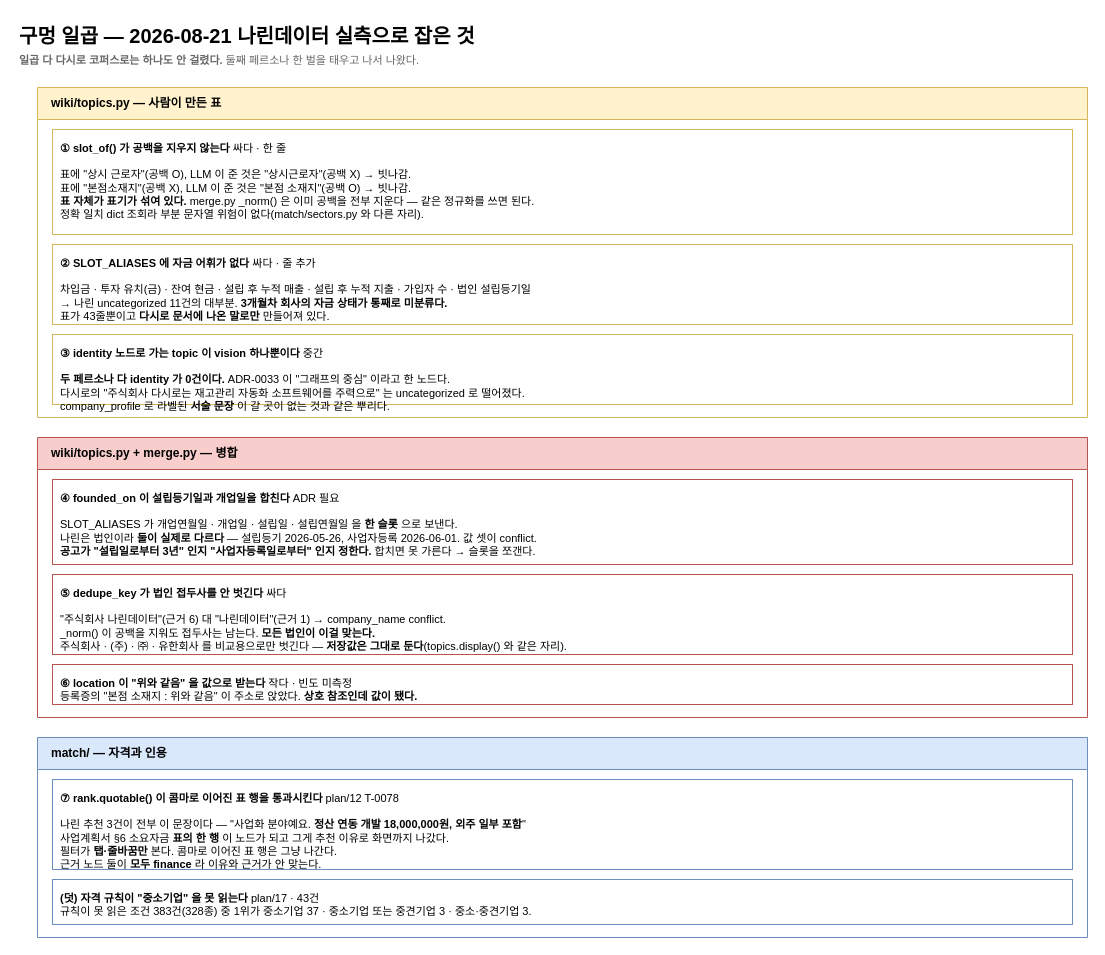
This is page "4. 구멍 일곱 — 어디를 고치면 되나" (4 of 4) of docs/adr/evidence/2026-08-21-위키-추출-경로.drawio from YASICJUNWOO/finnect-new, a draw.io file, before an edit. Source tidied: cells renumbered, new cells numbered last; positions are measured from the earlier drawing's top-left corner, leaving out a move shared by most shapes. Both pictures are drawn from the tidied source at 100%, with x=0, y=0 at pixel (17, 17).
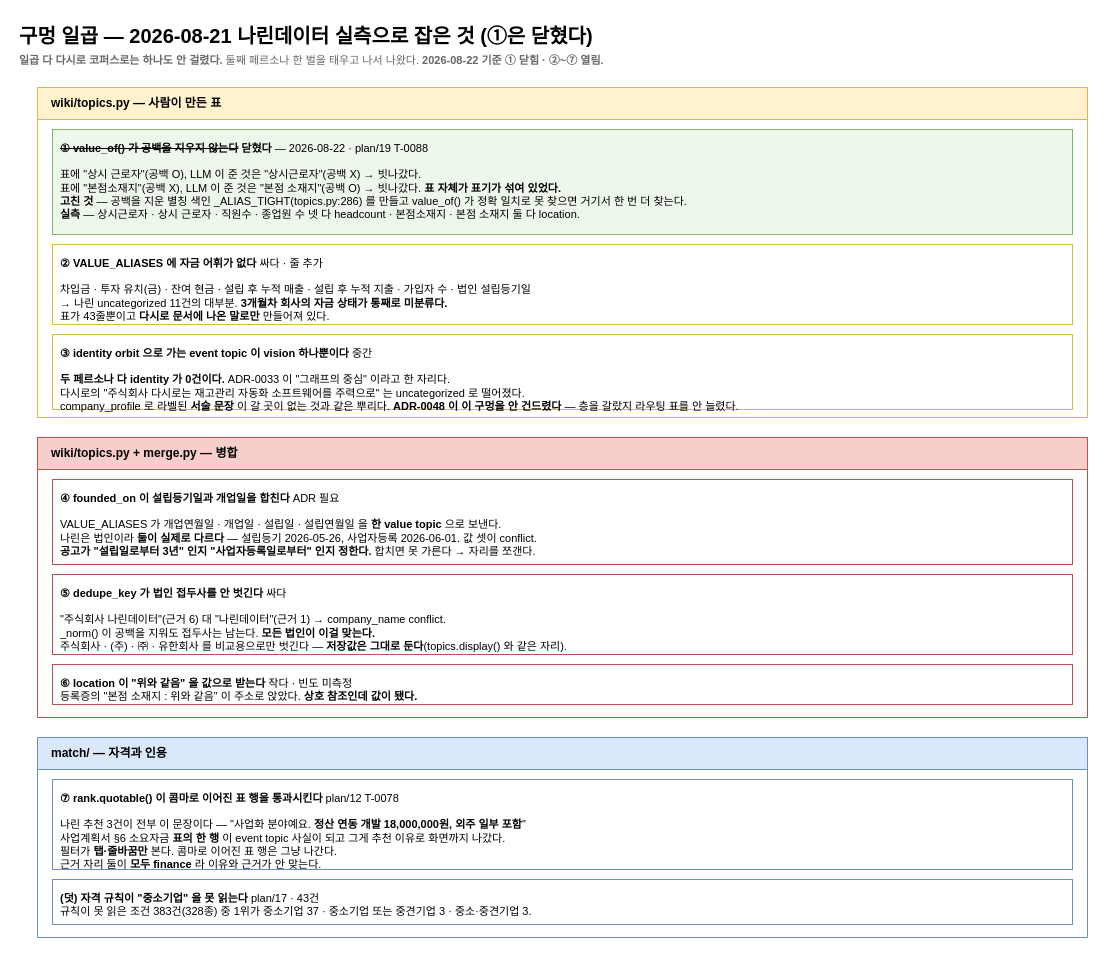
Above is the later version.

Diff of the diagram source:
```diff
@@
 <mxGraphModel>
   <root>
     <mxCell id="0" />
     <mxCell id="1" parent="0" />
-    <mxCell id="2" value="구멍 일곱 — 2026-08-21 나린데이터 실측으로 잡은 것" style="text;html=1;fontSize=20;fontStyle=1;align=left;" parent="1" vertex="1">
-      <mxGeometry width="800" height="30" as="geometry" />
+    <mxCell id="2" value="구멍 일곱 — 2026-08-21 나린데이터 실측으로 잡은 것 (①은 닫혔다)" style="text;html=1;fontSize=20;fontStyle=1;align=left;" parent="1" vertex="1">
+      <mxGeometry width="900" height="30" as="geometry" />
     </mxCell>
-    <mxCell id="3" value="&lt;b&gt;일곱 다 다시로 코퍼스로는 하나도 안 걸렸다.&lt;/b&gt; 둘째 페르소나 한 벌을 태우고 나서 나왔다." style="text;html=1;fontSize=11;align=left;fontColor=#666666;" parent="1" vertex="1">
-      <mxGeometry y="30" width="900" height="20" as="geometry" />
+    <mxCell id="3" value="&lt;b&gt;일곱 다 다시로 코퍼스로는 하나도 안 걸렸다.&lt;/b&gt; 둘째 페르소나 한 벌을 태우고 나서 나왔다. &lt;b&gt;2026-08-22 기준 ① 닫힘 · ②~⑦ 열림.&lt;/b&gt;" style="text;html=1;fontSize=11;align=left;fontColor=#666666;" parent="1" vertex="1">
+      <mxGeometry y="30" width="1000" height="20" as="geometry" />
     </mxCell>
     <mxCell id="4" value="wiki/topics.py — 사람이 만든 표" style="swimlane;startSize=32;html=1;fillColor=#fff2cc;strokeColor=#d6b656;fontStyle=1;verticalAlign=middle;align=left;spacingLeft=12;" parent="1" vertex="1">
       <mxGeometry x="20" y="70" width="1050" height="330" as="geometry" />
     </mxCell>
-    <mxCell id="5" value="&lt;b&gt;① slot_of() 가 공백을 지우지 않는다&lt;/b&gt;      싸다 · 한 줄&#10;&#10;표에 &quot;상시 근로자&quot;(공백 O), LLM 이 준 것은 &quot;상시근로자&quot;(공백 X) → 빗나감.&#10;표에 &quot;본점소재지&quot;(공백 X), LLM 이 준 것은 &quot;본점 소재지&quot;(공백 O) → 빗나감.&#10;&lt;b&gt;표 자체가 표기가 섞여 있다.&lt;/b&gt; merge.py _norm() 은 이미 공백을 전부 지운다 — 같은 정규화를 쓰면 된다.&#10;정확 일치 dict 조회라 부분 문자열 위험이 없다(match/sectors.py 와 다른 자리)." style="rounded=0;whiteSpace=wrap;html=1;fillColor=#ffffff;strokeColor=#d6b656;align=left;verticalAlign=top;fontSize=11;spacing=8;" parent="4" vertex="1">
+    <mxCell id="5" value="&lt;s&gt;&lt;b&gt;① value_of() 가 공백을 지우지 않는다&lt;/b&gt;&lt;/s&gt;      &lt;b&gt;닫혔다&lt;/b&gt; — 2026-08-22 · plan/19 T-0088&#10;&#10;표에 &quot;상시 근로자&quot;(공백 O), LLM 이 준 것은 &quot;상시근로자&quot;(공백 X) → 빗나갔다.&#10;표에 &quot;본점소재지&quot;(공백 X), LLM 이 준 것은 &quot;본점 소재지&quot;(공백 O) → 빗나갔다. &lt;b&gt;표 자체가 표기가 섞여 있었다.&lt;/b&gt;&#10;&lt;b&gt;고친 것&lt;/b&gt; — 공백을 지운 별칭 색인 _ALIAS_TIGHT(topics.py:286) 를 만들고 value_of() 가 정확 일치로 못 찾으면 거기서 한 번 더 찾는다.&#10;&lt;b&gt;실측&lt;/b&gt; — 상시근로자 · 상시 근로자 · 직원수 · 종업원 수 넷 다 headcount · 본점소재지 · 본점 소재지 둘 다 location." style="rounded=0;whiteSpace=wrap;html=1;fillColor=#eef7ec;strokeColor=#82b366;align=left;verticalAlign=top;fontSize=11;spacing=8;" parent="4" vertex="1">
       <mxGeometry x="15" y="42" width="1020" height="105" as="geometry" />
     </mxCell>
-    <mxCell id="6" value="&lt;b&gt;② SLOT_ALIASES 에 자금 어휘가 없다&lt;/b&gt;      싸다 · 줄 추가&#10;&#10;차입금 · 투자 유치(금) · 잔여 현금 · 설립 후 누적 매출 · 설립 후 누적 지출 · 가입자 수 · 법인 설립등기일&#10;→ 나린 uncategorized 11건의 대부분. &lt;b&gt;3개월차 회사의 자금 상태가 통째로 미분류다.&lt;/b&gt;&#10;표가 43줄뿐이고 &lt;b&gt;다시로 문서에 나온 말로만&lt;/b&gt; 만들어져 있다." style="rounded=0;whiteSpace=wrap;html=1;fillColor=#ffffff;strokeColor=#d6b656;align=left;verticalAlign=top;fontSize=11;spacing=8;" parent="4" vertex="1">
+    <mxCell id="6" value="&lt;b&gt;② VALUE_ALIASES 에 자금 어휘가 없다&lt;/b&gt;      싸다 · 줄 추가&#10;&#10;차입금 · 투자 유치(금) · 잔여 현금 · 설립 후 누적 매출 · 설립 후 누적 지출 · 가입자 수 · 법인 설립등기일&#10;→ 나린 uncategorized 11건의 대부분. &lt;b&gt;3개월차 회사의 자금 상태가 통째로 미분류다.&lt;/b&gt;&#10;표가 43줄뿐이고 &lt;b&gt;다시로 문서에 나온 말로만&lt;/b&gt; 만들어져 있다." style="rounded=0;whiteSpace=wrap;html=1;fillColor=#ffffff;strokeColor=#d6b656;align=left;verticalAlign=top;fontSize=11;spacing=8;" parent="4" vertex="1">
       <mxGeometry x="15" y="157" width="1020" height="80" as="geometry" />
     </mxCell>
-    <mxCell id="7" value="&lt;b&gt;③ identity 노드로 가는 topic 이 vision 하나뿐이다&lt;/b&gt;      중간&#10;&#10;&lt;b&gt;두 페르소나 다 identity 가 0건이다.&lt;/b&gt; ADR-0033 이 &quot;그래프의 중심&quot; 이라고 한 노드다.&#10;다시로의 &quot;주식회사 다시로는 재고관리 자동화 소프트웨어를 주력으로&quot; 는 uncategorized 로 떨어졌다.&#10;company_profile 로 라벨된 &lt;b&gt;서술 문장&lt;/b&gt; 이 갈 곳이 없는 것과 같은 뿌리다." style="rounded=0;whiteSpace=wrap;html=1;fillColor=#ffffff;strokeColor=#d6b656;align=left;verticalAlign=top;fontSize=11;spacing=8;" parent="4" vertex="1">
-      <mxGeometry x="15" y="247" width="1020" height="70" as="geometry" />
+    <mxCell id="7" value="&lt;b&gt;③ identity orbit 으로 가는 event topic 이 vision 하나뿐이다&lt;/b&gt;      중간&#10;&#10;&lt;b&gt;두 페르소나 다 identity 가 0건이다.&lt;/b&gt; ADR-0033 이 &quot;그래프의 중심&quot; 이라고 한 자리다.&#10;다시로의 &quot;주식회사 다시로는 재고관리 자동화 소프트웨어를 주력으로&quot; 는 uncategorized 로 떨어졌다.&#10;company_profile 로 라벨된 &lt;b&gt;서술 문장&lt;/b&gt; 이 갈 곳이 없는 것과 같은 뿌리다. &lt;b&gt;ADR-0048 이 이 구멍을 안 건드렸다&lt;/b&gt; — 층을 갈랐지 라우팅 표를 안 늘렸다." style="rounded=0;whiteSpace=wrap;html=1;fillColor=#ffffff;strokeColor=#d6b656;align=left;verticalAlign=top;fontSize=11;spacing=8;" parent="4" vertex="1">
+      <mxGeometry x="15" y="247" width="1020" height="75" as="geometry" />
     </mxCell>
     <mxCell id="8" value="wiki/topics.py + merge.py — 병합" style="swimlane;startSize=32;html=1;fillColor=#f8cecc;strokeColor=#b85450;fontStyle=1;verticalAlign=middle;align=left;spacingLeft=12;" parent="1" vertex="1">
       <mxGeometry x="20" y="420" width="1050" height="280" as="geometry" />
     </mxCell>
-    <mxCell id="9" value="&lt;b&gt;④ founded_on 이 설립등기일과 개업일을 합친다&lt;/b&gt;      ADR 필요&#10;&#10;SLOT_ALIASES 가 개업연월일 · 개업일 · 설립일 · 설립연월일 을 &lt;b&gt;한 슬롯&lt;/b&gt; 으로 보낸다.&#10;나린은 법인이라 &lt;b&gt;둘이 실제로 다르다&lt;/b&gt; — 설립등기 2026-05-26, 사업자등록 2026-06-01. 값 셋이 conflict.&#10;&lt;b&gt;공고가 &quot;설립일로부터 3년&quot; 인지 &quot;사업자등록일로부터&quot; 인지 정한다.&lt;/b&gt; 합치면 못 가른다 → 슬롯을 쪼갠다." style="rounded=0;whiteSpace=wrap;html=1;fillColor=#ffffff;strokeColor=#b85450;align=left;verticalAlign=top;fontSize=11;spacing=8;" parent="8" vertex="1">
+    <mxCell id="9" value="&lt;b&gt;④ founded_on 이 설립등기일과 개업일을 합친다&lt;/b&gt;      ADR 필요&#10;&#10;VALUE_ALIASES 가 개업연월일 · 개업일 · 설립일 · 설립연월일 을 &lt;b&gt;한 value topic&lt;/b&gt; 으로 보낸다.&#10;나린은 법인이라 &lt;b&gt;둘이 실제로 다르다&lt;/b&gt; — 설립등기 2026-05-26, 사업자등록 2026-06-01. 값 셋이 conflict.&#10;&lt;b&gt;공고가 &quot;설립일로부터 3년&quot; 인지 &quot;사업자등록일로부터&quot; 인지 정한다.&lt;/b&gt; 합치면 못 가른다 → 자리를 쪼갠다." style="rounded=0;whiteSpace=wrap;html=1;fillColor=#ffffff;strokeColor=#b85450;align=left;verticalAlign=top;fontSize=11;spacing=8;" parent="8" vertex="1">
       <mxGeometry x="15" y="42" width="1020" height="85" as="geometry" />
     </mxCell>
     <mxCell id="10" value="&lt;b&gt;⑤ dedupe_key 가 법인 접두사를 안 벗긴다&lt;/b&gt;      싸다&#10;&#10;&quot;주식회사 나린데이터&quot;(근거 6) 대 &quot;나린데이터&quot;(근거 1) → company_name conflict.&#10;_norm() 이 공백을 지워도 접두사는 남는다. &lt;b&gt;모든 법인이 이걸 맞는다.&lt;/b&gt;&#10;주식회사 · (주) · ㈜ · 유한회사 를 비교용으로만 벗긴다 — &lt;b&gt;저장값은 그대로 둔다&lt;/b&gt;(topics.display() 와 같은 자리)." style="rounded=0;whiteSpace=wrap;html=1;fillColor=#ffffff;strokeColor=#b85450;align=left;verticalAlign=top;fontSize=11;spacing=8;" parent="8" vertex="1">
       <mxGeometry x="15" y="137" width="1020" height="80" as="geometry" />
     </mxCell>
     <mxCell id="11" value="&lt;b&gt;⑥ location 이 &quot;위와 같음&quot; 을 값으로 받는다&lt;/b&gt;      작다 · 빈도 미측정&#10;등록증의 &quot;본점 소재지 : 위와 같음&quot; 이 주소로 앉았다. &lt;b&gt;상호 참조인데 값이 됐다.&lt;/b&gt;" style="rounded=0;whiteSpace=wrap;html=1;fillColor=#ffffff;strokeColor=#b85450;align=left;verticalAlign=top;fontSize=11;spacing=8;" parent="8" vertex="1">
       <mxGeometry x="15" y="227" width="1020" height="40" as="geometry" />
     </mxCell>
     <mxCell id="12" value="match/ — 자격과 인용" style="swimlane;startSize=32;html=1;fillColor=#dae8fc;strokeColor=#6c8ebf;fontStyle=1;verticalAlign=middle;align=left;spacingLeft=12;" parent="1" vertex="1">
       <mxGeometry x="20" y="720" width="1050" height="200" as="geometry" />
     </mxCell>
-    <mxCell id="13" value="&lt;b&gt;⑦ rank.quotable() 이 콤마로 이어진 표 행을 통과시킨다&lt;/b&gt;      plan/12 T-0078&#10;&#10;나린 추천 3건이 전부 이 문장이다 — &quot;사업화 분야예요. &lt;b&gt;정산 연동 개발 18,000,000원, 외주 일부 포함&lt;/b&gt;&quot;&#10;사업계획서 §6 소요자금 &lt;b&gt;표의 한 행&lt;/b&gt; 이 노드가 되고 그게 추천 이유로 화면까지 나갔다.&#10;필터가 &lt;b&gt;탭·줄바꿈만&lt;/b&gt; 본다. 콤마로 이어진 표 행은 그냥 나간다.&#10;근거 노드 둘이 &lt;b&gt;모두 finance&lt;/b&gt; 라 이유와 근거가 안 맞는다." style="rounded=0;whiteSpace=wrap;html=1;fillColor=#ffffff;strokeColor=#6c8ebf;align=left;verticalAlign=top;fontSize=11;spacing=8;" parent="12" vertex="1">
+    <mxCell id="13" value="&lt;b&gt;⑦ rank.quotable() 이 콤마로 이어진 표 행을 통과시킨다&lt;/b&gt;      plan/12 T-0078&#10;&#10;나린 추천 3건이 전부 이 문장이다 — &quot;사업화 분야예요. &lt;b&gt;정산 연동 개발 18,000,000원, 외주 일부 포함&lt;/b&gt;&quot;&#10;사업계획서 §6 소요자금 &lt;b&gt;표의 한 행&lt;/b&gt; 이 event topic 사실이 되고 그게 추천 이유로 화면까지 나갔다.&#10;필터가 &lt;b&gt;탭·줄바꿈만&lt;/b&gt; 본다. 콤마로 이어진 표 행은 그냥 나간다.&#10;근거 자리 둘이 &lt;b&gt;모두 finance&lt;/b&gt; 라 이유와 근거가 안 맞는다." style="rounded=0;whiteSpace=wrap;html=1;fillColor=#ffffff;strokeColor=#6c8ebf;align=left;verticalAlign=top;fontSize=11;spacing=8;" parent="12" vertex="1">
       <mxGeometry x="15" y="42" width="1020" height="90" as="geometry" />
     </mxCell>
     <mxCell id="14" value="&lt;b&gt;(덧) 자격 규칙이 &quot;중소기업&quot; 을 못 읽는다&lt;/b&gt;      plan/17 · 43건&#10;규칙이 못 읽은 조건 383건(328종) 중 1위가 중소기업 37 · 중소기업 또는 중견기업 3 · 중소·중견기업 3." style="rounded=0;whiteSpace=wrap;html=1;fillColor=#ffffff;strokeColor=#6c8ebf;align=left;verticalAlign=top;fontSize=11;spacing=8;" parent="12" vertex="1">
       <mxGeometry x="15" y="142" width="1020" height="45" as="geometry" />
     </mxCell>
   </root>
 </mxGraphModel>
```
